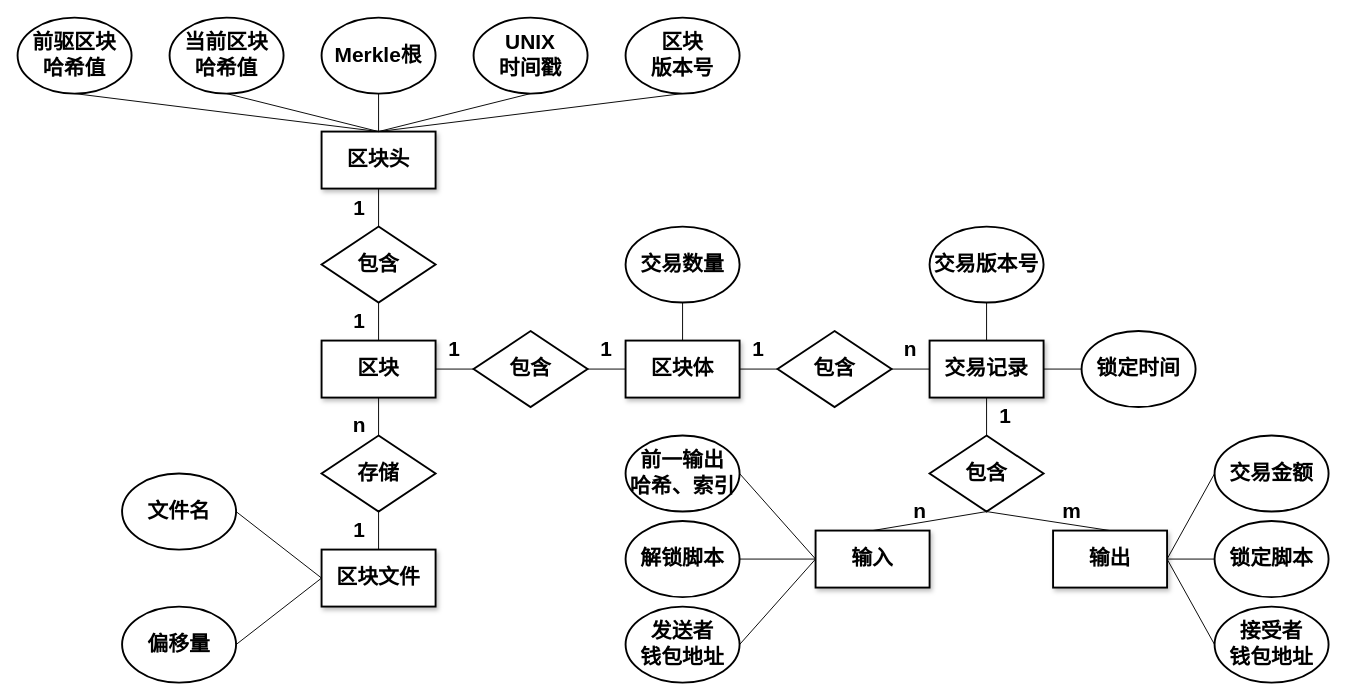
This is Untitled Diagram.drawio from liugangjian/BTCWallet, a draw.io file, before an edit. Source tidied: cells renumbered, new cells numbered last; positions are measured from the earlier drawing's top-left corner, leaving out a move shared by most shapes. Both pictures are drawn from the tidied source at 95%, with x=0, y=0 at pixel (17, 17).
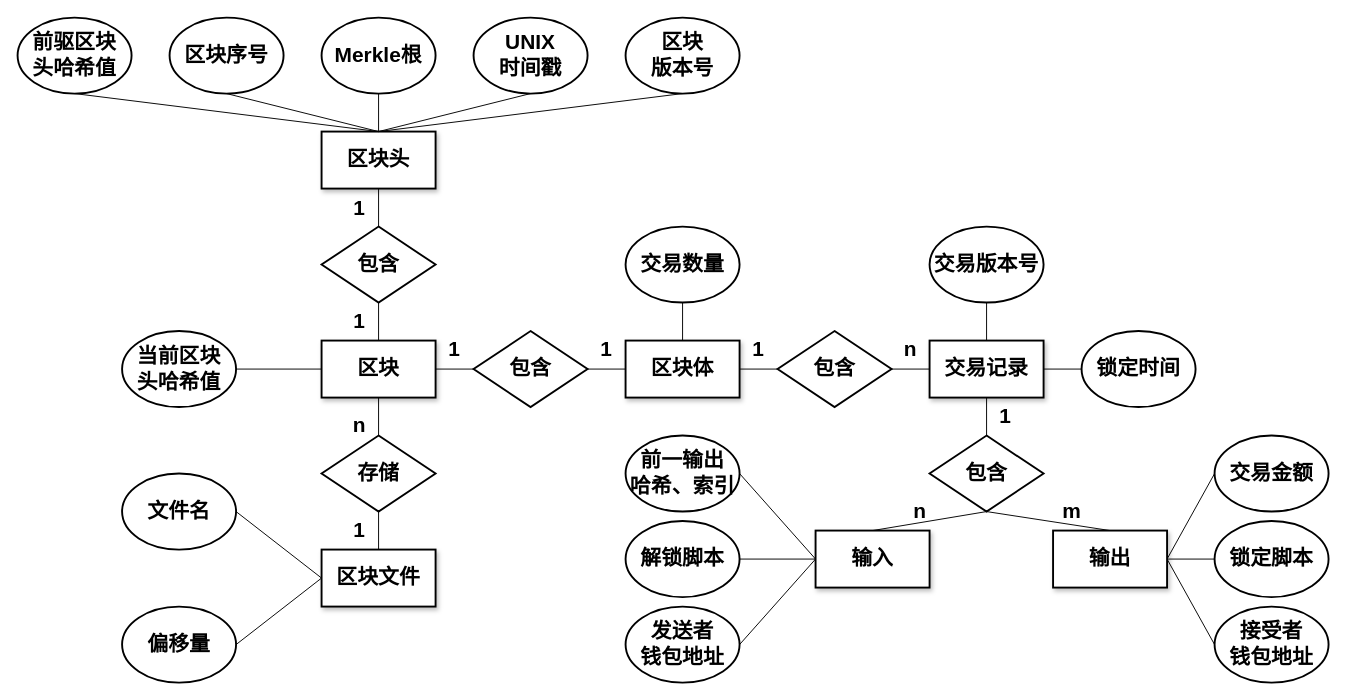
After the change.

The change refers to these unchanged cells:
```xml
<mxCell id="4" value="&lt;font style=&quot;font-size: 22px&quot;&gt;&lt;b&gt;区块&lt;/b&gt;&lt;/font&gt;" style="rounded=0;whiteSpace=wrap;html=1;strokeWidth=2;shadow=1;" parent="1" vertex="1">
  <mxGeometry x="320" y="340" width="120" height="60" as="geometry" />
</mxCell>
```

The edit, as a diff of the source:
```diff
@@
+    <mxCell id="68" style="edgeStyle=orthogonalEdgeStyle;rounded=0;jettySize=auto;html=1;exitX=0;exitY=0.5;exitDx=0;exitDy=0;endArrow=none;endFill=0;" parent="1" edge="1" source="4" target="69">
+      <mxGeometry relative="1" as="geometry" />
+    </mxCell>
@@
-    <mxCell id="13" value="&lt;font style=&quot;font-size: 22px&quot;&gt;&lt;b&gt;前驱区块&lt;br&gt;哈希值&lt;/b&gt;&lt;/font&gt;" style="ellipse;whiteSpace=wrap;html=1;strokeWidth=2;" parent="1" vertex="1">
+    <mxCell id="13" value="&lt;font style=&quot;font-size: 22px&quot;&gt;&lt;b&gt;前驱区块&lt;br&gt;头哈希值&lt;/b&gt;&lt;/font&gt;" style="ellipse;whiteSpace=wrap;html=1;strokeWidth=2;" parent="1" vertex="1">
       <mxGeometry width="120" height="80" as="geometry" />
     </mxCell>
@@
-    <mxCell id="15" value="&lt;span style=&quot;font-size: 22px&quot;&gt;&lt;b&gt;当前区块&lt;br&gt;哈希值&lt;/b&gt;&lt;/span&gt;" style="ellipse;whiteSpace=wrap;html=1;strokeWidth=2;" parent="1" vertex="1">
+    <mxCell id="15" value="&lt;span style=&quot;font-size: 22px&quot;&gt;&lt;b&gt;区块序号&lt;br&gt;&lt;/b&gt;&lt;/span&gt;" style="ellipse;whiteSpace=wrap;html=1;strokeWidth=2;" parent="1" vertex="1">
       <mxGeometry x="160" width="120" height="80" as="geometry" />
     </mxCell>
@@
+    <mxCell id="69" value="&lt;span style=&quot;font-size: 22px&quot;&gt;&lt;b&gt;当前区块&lt;br&gt;头哈希值&lt;br&gt;&lt;/b&gt;&lt;/span&gt;" style="ellipse;whiteSpace=wrap;html=1;strokeWidth=2;" parent="1" vertex="1">
+      <mxGeometry x="110" y="330" width="120" height="80" as="geometry" />
+    </mxCell>
```
